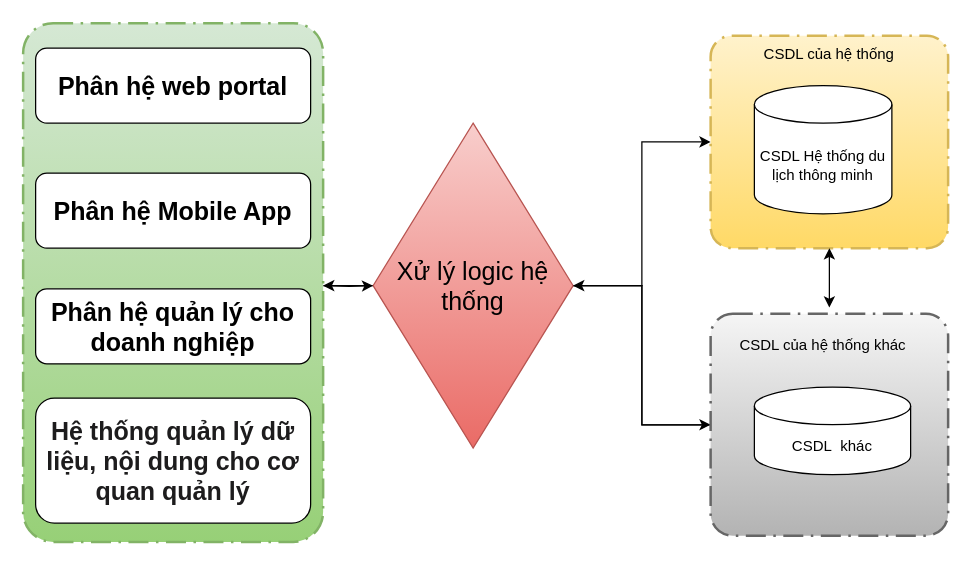
Before: page "Page-8" (8 of 8) of so-do-draw/tcdl.drawio in letheanh12345/Draw-io, a draw.io diagram. Source tidied: cells renumbered, new cells numbered last; positions are measured from the earlier drawing's top-left corner, leaving out a move shared by most shapes. Both pictures are drawn from the tidied source at 125%, with x=0, y=0 at pixel (22, 22).
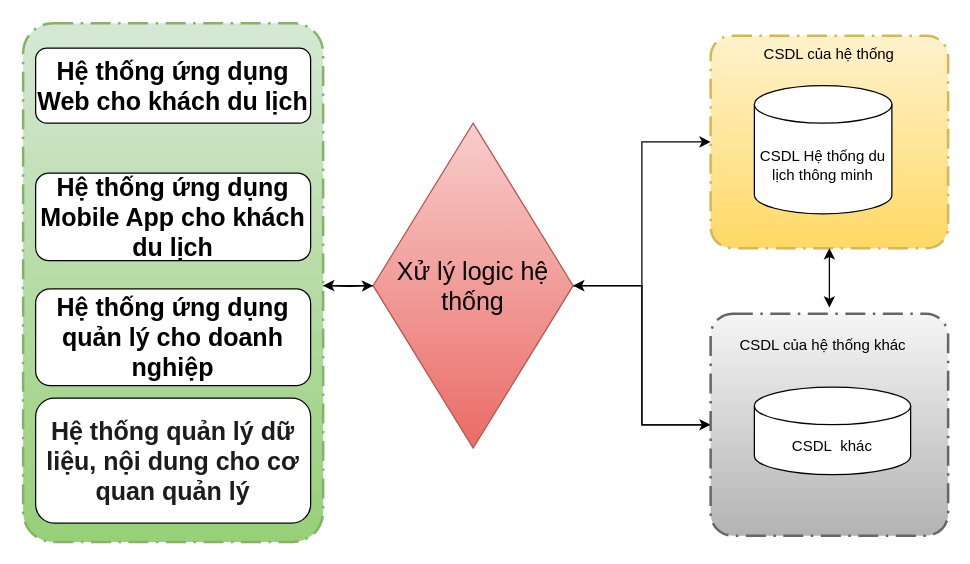
After the change.

Change to the diagram source:
```diff
@@
-    <mxCell id="8" value="&lt;b&gt;&lt;font style=&quot;font-size: 20px;&quot;&gt;Phân hệ web portal&lt;/font&gt;&lt;/b&gt;" style="rounded=1;whiteSpace=wrap;html=1;" parent="1" vertex="1">
+    <mxCell id="8" value="&lt;b&gt;&lt;font style=&quot;font-size: 20px;&quot;&gt;Hệ thống ứng dụng Web cho khách du lịch&lt;/font&gt;&lt;/b&gt;" style="rounded=1;whiteSpace=wrap;html=1;" parent="1" vertex="1">
       <mxGeometry x="10" y="20" width="220" height="60" as="geometry" />
     </mxCell>
-    <mxCell id="9" value="&lt;b&gt;&lt;font style=&quot;font-size: 20px;&quot;&gt;Phân hệ Mobile App&lt;/font&gt;&lt;/b&gt;" style="rounded=1;whiteSpace=wrap;html=1;" parent="1" vertex="1">
-      <mxGeometry x="10" y="120" width="220" height="60" as="geometry" />
+    <mxCell id="9" value="&lt;b&gt;&lt;font style=&quot;font-size: 20px;&quot;&gt;Hệ thống ứng dụng Mobile App cho khách du lịch&lt;/font&gt;&lt;/b&gt;" style="rounded=1;whiteSpace=wrap;html=1;" parent="1" vertex="1">
+      <mxGeometry x="10" y="120" width="220" height="70" as="geometry" />
     </mxCell>
-    <mxCell id="10" value="&lt;b&gt;&lt;font style=&quot;font-size: 20px;&quot;&gt;Phân hệ quản lý cho doanh nghiệp&lt;/font&gt;&lt;/b&gt;" style="rounded=1;whiteSpace=wrap;html=1;" parent="1" vertex="1">
-      <mxGeometry x="10" y="212.5" width="220" height="60" as="geometry" />
+    <mxCell id="10" value="&lt;b&gt;&lt;font style=&quot;font-size: 20px;&quot;&gt;Hệ thống ứng dụng quản lý cho doanh nghiệp&lt;/font&gt;&lt;/b&gt;" style="rounded=1;whiteSpace=wrap;html=1;" parent="1" vertex="1">
+      <mxGeometry x="10" y="212.5" width="220" height="77.5" as="geometry" />
     </mxCell>
```
